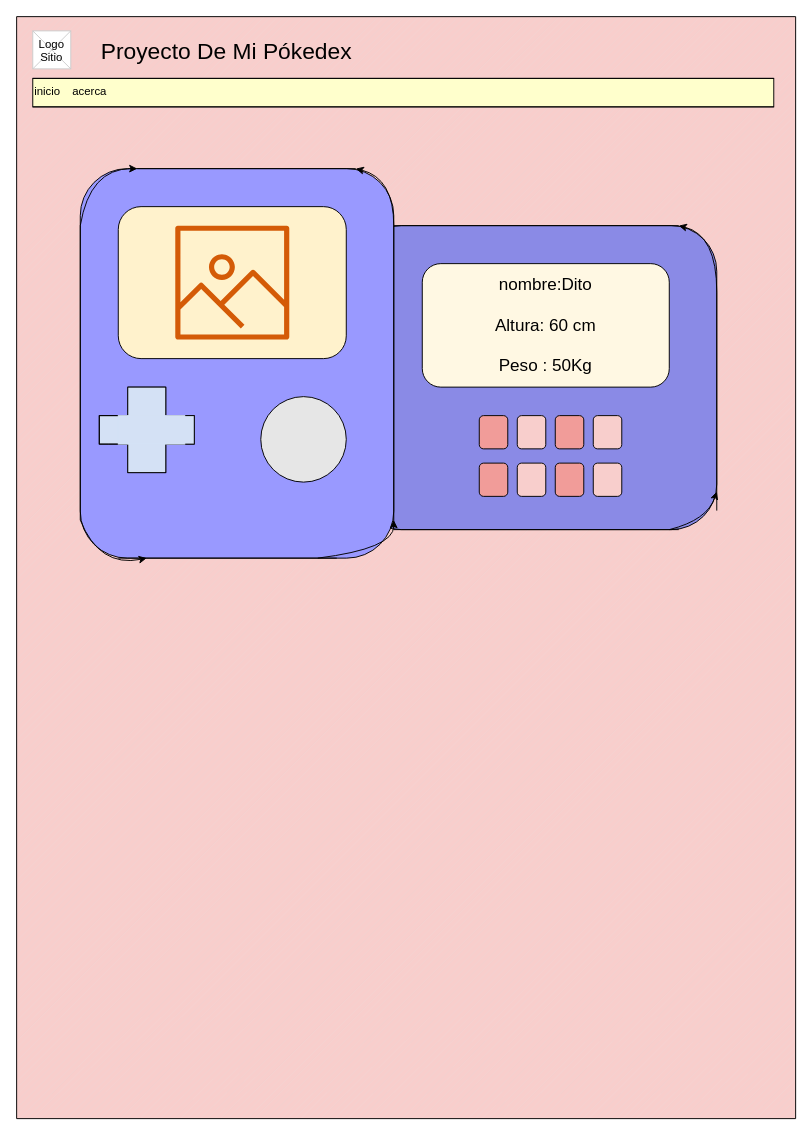
Above: Proyecto pokemon.drawio in JoannaVanessa13/Mi-Proyecto-Web (draw.io), before the change. Source tidied: cells renumbered, new cells numbered last; positions are measured from the earlier drawing's top-left corner, leaving out a move shared by most shapes. Both pictures are drawn from the tidied source at 95%, with x=0, y=0 at pixel (16, 16).
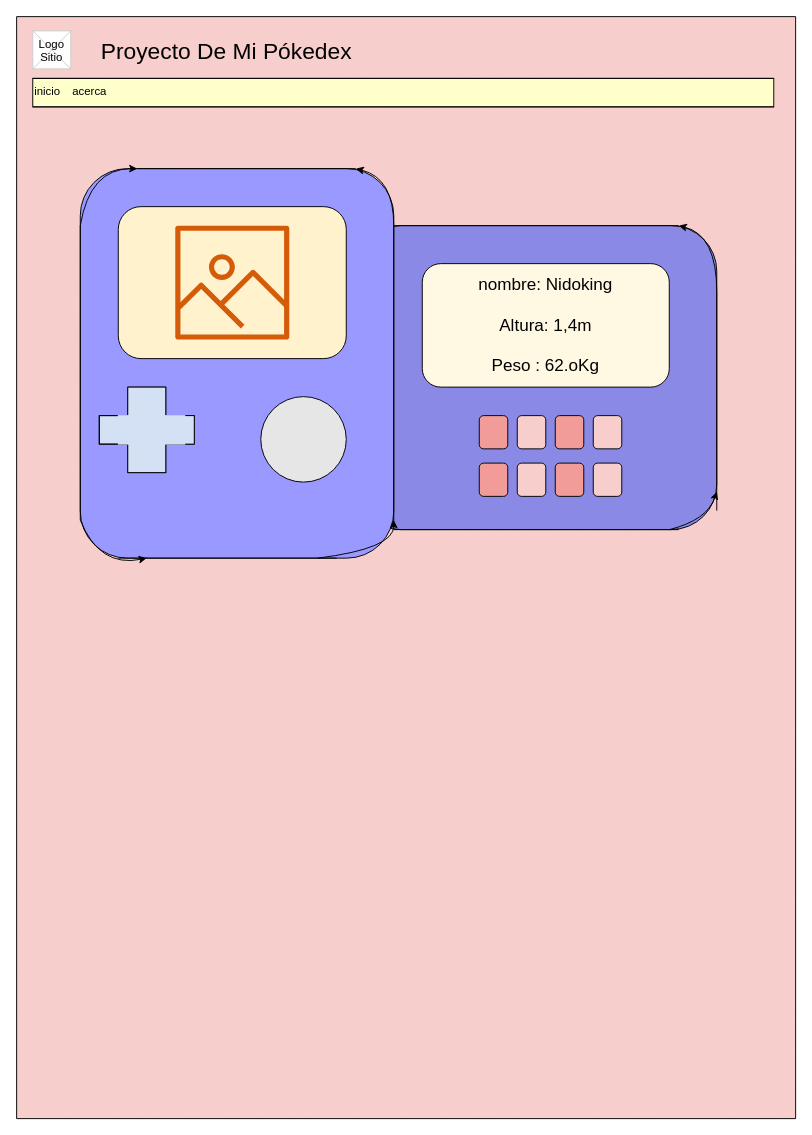
The same diagram, later.

The edit, as a diff of the source:
```diff
@@
-    <mxCell id="41" value="&lt;font style=&quot;vertical-align: inherit; font-size: 18px;&quot;&gt;&lt;font style=&quot;vertical-align: inherit; font-size: 18px;&quot;&gt;nombre:Dito&lt;br&gt;&lt;br&gt;Altura: 60 cm&lt;br&gt;&amp;nbsp;&lt;br&gt;Peso : 50Kg&lt;br&gt;&lt;/font&gt;&lt;/font&gt;" style="rounded=1;whiteSpace=wrap;html=1;fillColor=#FFF8E3;" parent="1" vertex="1">
+    <mxCell id="41" value="&lt;font style=&quot;vertical-align: inherit; font-size: 18px;&quot;&gt;&lt;font style=&quot;vertical-align: inherit; font-size: 18px;&quot;&gt;nombre: Nidoking&lt;br&gt;&lt;br&gt;Altura: 1,4m&lt;br&gt;&amp;nbsp;&lt;br&gt;Peso : 62.oKg&lt;br&gt;&lt;/font&gt;&lt;/font&gt;" style="rounded=1;whiteSpace=wrap;html=1;fillColor=#FFF8E3;" parent="1" vertex="1">
       <mxGeometry x="427" y="260" width="260" height="130" as="geometry" />
     </mxCell>
```
